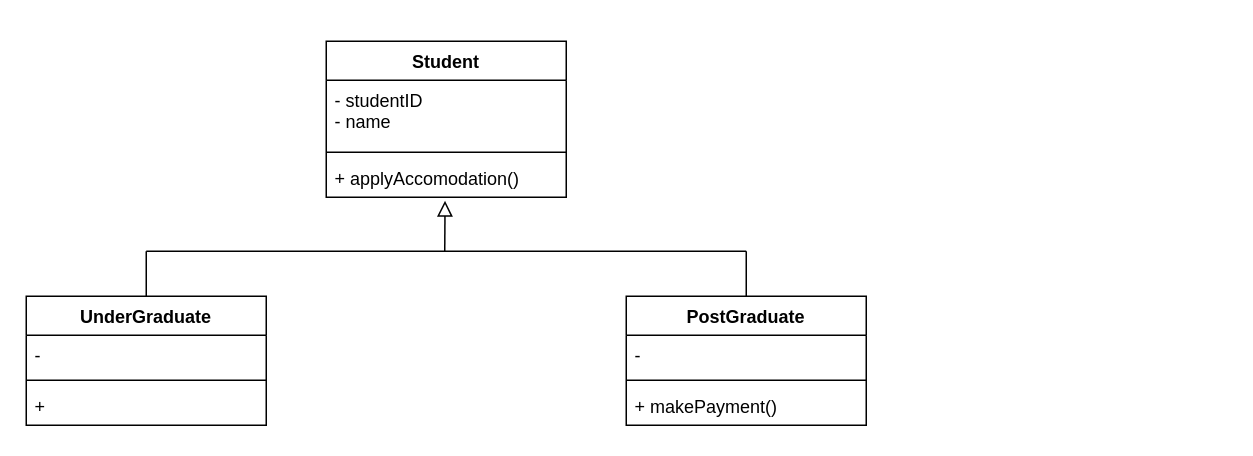
Before: tuto3q3.drawio in justn0thinghere/drawio, a draw.io diagram. Source tidied: cells renumbered, new cells numbered last; positions are measured from the earlier drawing's top-left corner, leaving out a move shared by most shapes. Both pictures are drawn from the tidied source at 150%, with x=0, y=0 at pixel (26, 40).
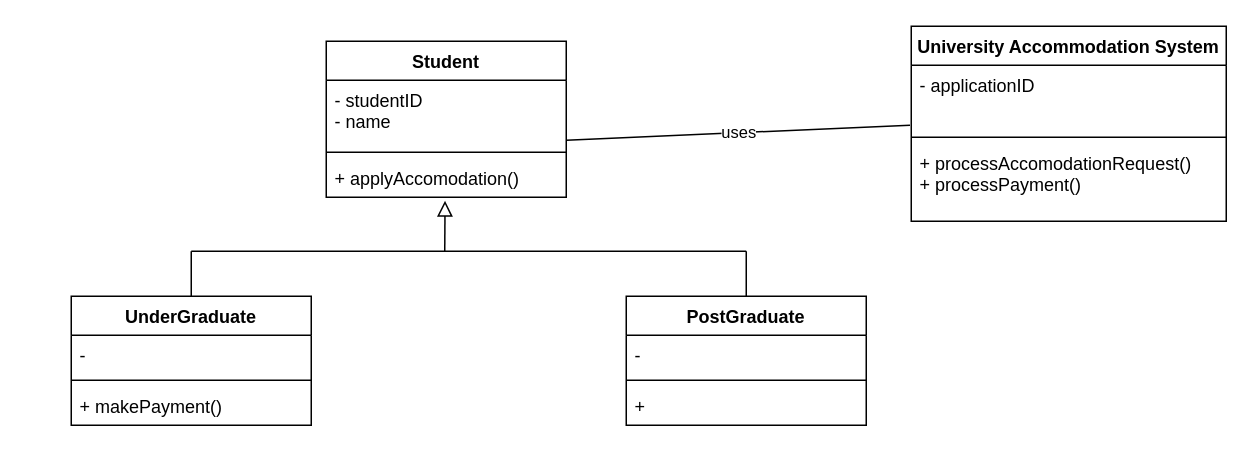
The same diagram, later.

Unchanged cells that the change refers to:
```xml
<mxCell id="10" value="PostGraduate" style="swimlane;fontStyle=1;align=center;verticalAlign=top;horizontal=1;startSize=26;whiteSpace=wrap;html=1;" parent="1" vertex="1">
  <mxGeometry x="400" y="170" width="160" height="86" as="geometry" />
</mxCell>
```

Change to the diagram source:
```diff
@@
     <mxCell id="6" value="UnderGraduate" style="swimlane;fontStyle=1;align=center;verticalAlign=top;horizontal=1;startSize=26;whiteSpace=wrap;html=1;" parent="1" vertex="1">
-      <mxGeometry y="170" width="160" height="86" as="geometry" />
+      <mxGeometry x="30" y="170" width="160" height="86" as="geometry" />
     </mxCell>
@@
-    <mxCell id="9" value="+" style="text;strokeColor=none;fillColor=none;align=left;verticalAlign=top;spacingLeft=4;spacingRight=4;overflow=hidden;whiteSpace=wrap;html=1;" parent="6" vertex="1">
+    <mxCell id="9" value="+ makePayment()" style="text;strokeColor=none;fillColor=none;align=left;verticalAlign=top;spacingLeft=4;spacingRight=4;overflow=hidden;whiteSpace=wrap;html=1;" parent="6" vertex="1">
       <mxGeometry y="60" width="160" height="26" as="geometry" />
     </mxCell>
@@
-    <mxCell id="13" value="+ makePayment()" style="text;strokeColor=none;fillColor=none;align=left;verticalAlign=top;spacingLeft=4;spacingRight=4;overflow=hidden;whiteSpace=wrap;html=1;" parent="10" vertex="1">
+    <mxCell id="13" value="+" style="text;strokeColor=none;fillColor=none;align=left;verticalAlign=top;spacingLeft=4;spacingRight=4;overflow=hidden;whiteSpace=wrap;html=1;" parent="10" vertex="1">
       <mxGeometry y="60" width="160" height="26" as="geometry" />
     </mxCell>
@@
     <mxCell id="16" style="endArrow=none;html=1;rounded=0;" parent="1" edge="1">
       <mxGeometry relative="1" as="geometry">
-        <mxPoint x="80" y="140" as="sourcePoint" />
+        <mxPoint x="110" y="140" as="sourcePoint" />
         <mxPoint x="480" y="140" as="targetPoint" />
       </mxGeometry>
     </mxCell>
     <mxCell id="17" style="endArrow=none;html=1;rounded=0;exitX=0.5;exitY=0;exitDx=0;exitDy=0;" parent="1" edge="1" source="6">
       <mxGeometry relative="1" as="geometry">
-        <mxPoint x="80" y="140" as="targetPoint" />
+        <mxPoint x="110" y="140" as="targetPoint" />
       </mxGeometry>
     </mxCell>
@@
+    <mxCell id="19" value="University Accommodation System" style="swimlane;fontStyle=1;align=center;verticalAlign=top;horizontal=1;startSize=26;whiteSpace=wrap;html=1;" parent="1" vertex="1">
+      <mxGeometry x="590" y="-10" width="210" height="130" as="geometry" />
+    </mxCell>
+    <mxCell id="20" value="- applicationID" style="text;strokeColor=none;fillColor=none;align=left;verticalAlign=top;spacingLeft=4;spacingRight=4;overflow=hidden;points=[[0,0.5],[1,0.5]];portConstraint=eastwest;whiteSpace=wrap;html=1;" parent="19" vertex="1">
+      <mxGeometry y="26" width="210" height="44" as="geometry" />
+    </mxCell>
+    <mxCell id="21" style="line;strokeWidth=1;fillColor=none;align=left;verticalAlign=middle;spacingTop=-1;spacingLeft=3;spacingRight=3;labelPosition=right;strokeColor=inherit;" parent="19" vertex="1">
+      <mxGeometry y="70" width="210" height="8" as="geometry" />
+    </mxCell>
+    <mxCell id="22" value="+ processAccomodationRequest()&lt;div&gt;+ processPayment()&lt;/div&gt;" style="text;strokeColor=none;fillColor=none;align=left;verticalAlign=top;spacingLeft=4;spacingRight=4;overflow=hidden;whiteSpace=wrap;html=1;" parent="19" vertex="1">
+      <mxGeometry y="78" width="210" height="52" as="geometry" />
+    </mxCell>
+    <mxCell id="23" value="uses" style="endArrow=none;html=1;rounded=0;entryX=-0.004;entryY=0.909;entryDx=0;entryDy=0;entryPerimeter=0;" parent="1" edge="1" target="20">
+      <mxGeometry relative="1" as="geometry">
+        <mxPoint x="360" y="66" as="sourcePoint" />
+      </mxGeometry>
+    </mxCell>
```
